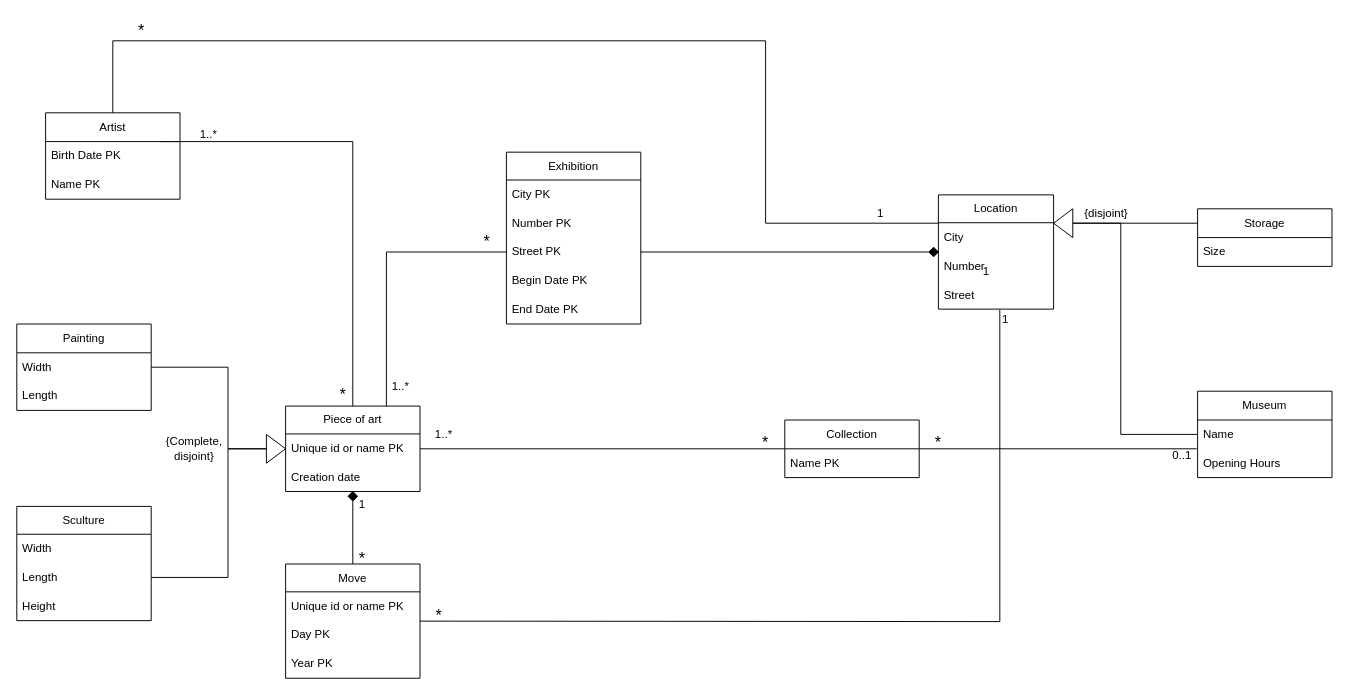
Arthur-Gallez/db-p1 keeps this draw.io diagram as q1/UML.drawio. Above is the earlier version. Source tidied: cells renumbered, new cells numbered last; positions are measured from the earlier drawing's top-left corner, leaving out a move shared by most shapes. Both pictures are drawn from the tidied source at 96%, with x=0, y=0 at pixel (16, 16).
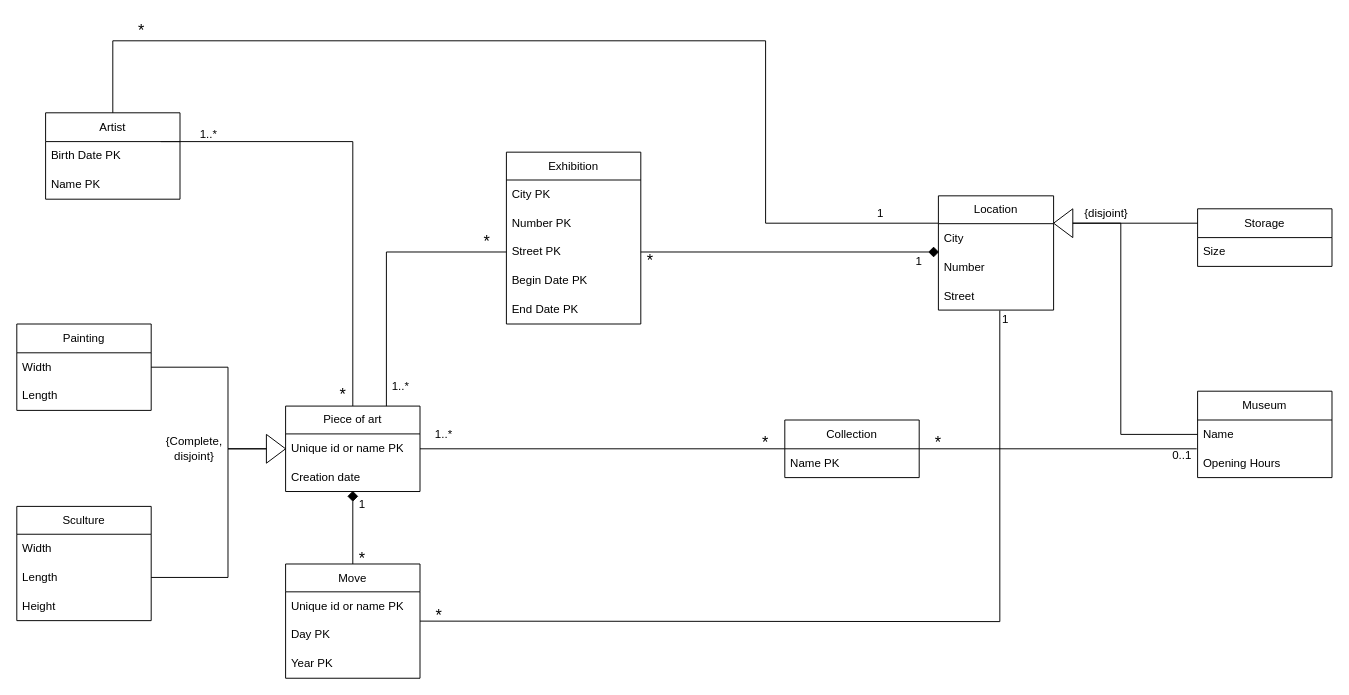
After the change.

Diff of the diagram source:
```diff
@@
     <mxCell id="6" value="1" style="text;html=1;align=center;verticalAlign=middle;whiteSpace=wrap;rounded=0;" parent="1" vertex="1">
-      <mxGeometry x="1000" y="250" width="20" height="30" as="geometry" />
+      <mxGeometry x="930" y="240" width="20" height="30" as="geometry" />
     </mxCell>
@@
     <mxCell id="49" value="Location" style="swimlane;fontStyle=0;horizontal=1;startSize=29;whiteSpace=wrap;html=1;" parent="1" vertex="1">
-      <mxGeometry x="960" y="185.5" width="120" height="119" as="geometry" />
+      <mxGeometry x="960" y="186.5" width="120" height="119" as="geometry" />
     </mxCell>
@@
+    <mxCell id="69" value="*" style="text;html=1;align=center;verticalAlign=middle;whiteSpace=wrap;rounded=0;fontSize=17;" parent="1" vertex="1">
+      <mxGeometry x="630" y="240" width="60" height="30" as="geometry" />
+    </mxCell>
```
